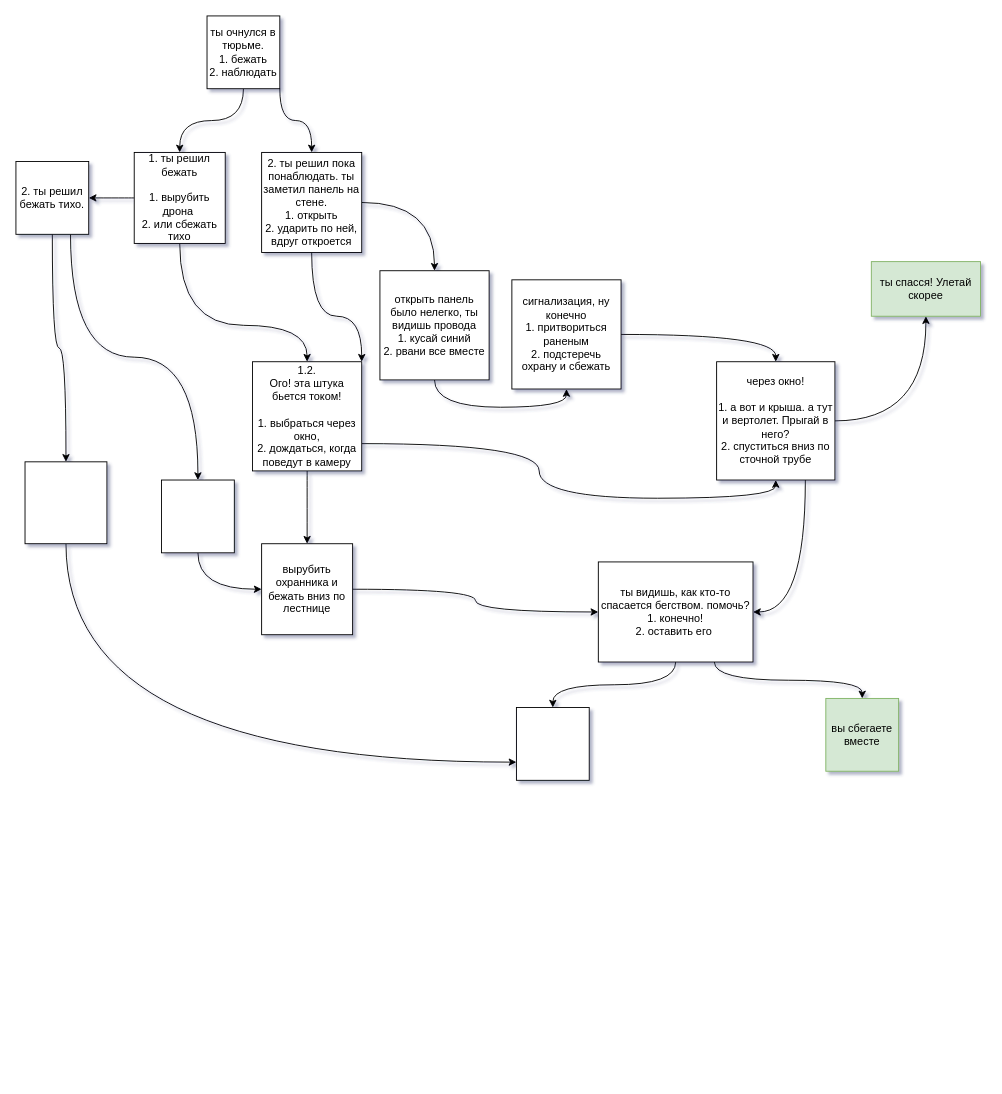
Above: Untitled Diagram.drawio in Cogwheeleanna/My-Text-Game (draw.io), before the change. Source tidied: cells renumbered, new cells numbered last; positions are measured from the earlier drawing's top-left corner, leaving out a move shared by most shapes. Both pictures are drawn from the tidied source at 91%, with x=0, y=0 at pixel (15, 15).
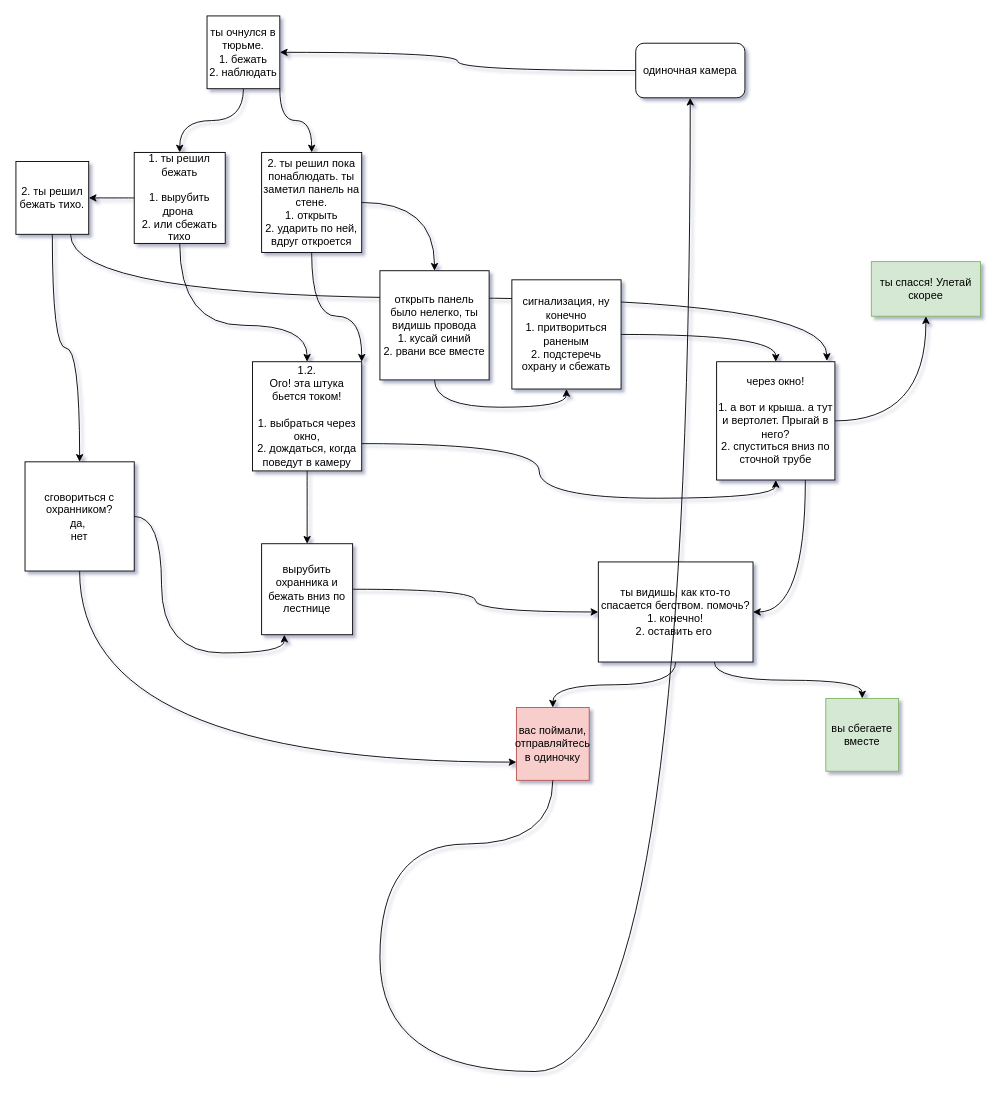
Above is the later version.

Unchanged cells that the change refers to:
```xml
<mxCell id="4" value="ты очнулся в тюрьме.&lt;br&gt;1. бежать&lt;br&gt;2. наблюдать" style="whiteSpace=wrap;html=1;" parent="1" vertex="1">
  <mxGeometry x="210" width="80" height="80" as="geometry" />
</mxCell>
<mxCell id="7" value="2. ты решил бежать тихо." style="whiteSpace=wrap;html=1;" parent="1" vertex="1">
  <mxGeometry y="160" width="80" height="80" as="geometry" />
</mxCell>
<mxCell id="26" value="вырубить охранника и бежать вниз по лестнице" style="whiteSpace=wrap;html=1;" parent="1" vertex="1">
  <mxGeometry x="270" y="580" width="100" height="100" as="geometry" />
</mxCell>
<mxCell id="29" value="через окно!&lt;br&gt;&lt;br&gt;1. а вот и крыша. а тут и вертолет. Прыгай в него?&lt;br&gt;2. спуститься вниз по сточной трубе" style="whiteSpace=wrap;html=1;" parent="1" vertex="1">
  <mxGeometry x="770" y="380" width="130" height="130" as="geometry" />
</mxCell>
```

Diff of the diagram source:
```diff
@@
-    <mxCell id="6" style="edgeStyle=orthogonalEdgeStyle;jettySize=auto;html=1;exitX=0.75;exitY=1;exitDx=0;exitDy=0;curved=1;" parent="1" edge="1" source="7" target="22">
-      <mxGeometry relative="1" as="geometry" />
-    </mxCell>
+    <mxCell id="36" style="edgeStyle=orthogonalEdgeStyle;curved=1;rounded=0;jettySize=auto;html=1;exitX=0.75;exitY=1;exitDx=0;exitDy=0;entryX=0.932;entryY=-0.007;entryDx=0;entryDy=0;entryPerimeter=0;" parent="1" edge="1" source="7" target="29">
+      <mxGeometry relative="1" as="geometry" />
+    </mxCell>
@@
+    <mxCell id="37" style="edgeStyle=orthogonalEdgeStyle;curved=1;rounded=0;jettySize=auto;html=1;entryX=0.25;entryY=1;entryDx=0;entryDy=0;" parent="1" edge="1" source="20" target="26">
+      <mxGeometry relative="1" as="geometry">
+        <Array as="points">
+          <mxPoint x="160" y="550" />
+          <mxPoint x="160" y="700" />
+          <mxPoint x="295" y="700" />
+        </Array>
+      </mxGeometry>
+    </mxCell>
-    <mxCell id="20" style="whiteSpace=wrap;html=1;" parent="1" vertex="1">
-      <mxGeometry x="10" y="490" width="90" height="90" as="geometry" />
+    <mxCell id="20" value="сговориться с охранником?&lt;br&gt;да,&amp;nbsp;&lt;br&gt;нет" style="whiteSpace=wrap;html=1;" parent="1" vertex="1">
+      <mxGeometry x="10" y="490" width="120" height="120" as="geometry" />
     </mxCell>
-    <mxCell id="21" style="edgeStyle=orthogonalEdgeStyle;jettySize=auto;html=1;exitX=0.5;exitY=1;exitDx=0;exitDy=0;entryX=0;entryY=0.5;entryDx=0;entryDy=0;curved=1;" parent="1" edge="1" source="22" target="26">
-      <mxGeometry relative="1" as="geometry" />
-    </mxCell>
-    <mxCell id="22" style="whiteSpace=wrap;html=1;" parent="1" vertex="1">
-      <mxGeometry x="160" y="510" width="80" height="80" as="geometry" />
-    </mxCell>
@@
-    <mxCell id="34" style="whiteSpace=wrap;html=1;" parent="1" vertex="1">
+    <mxCell id="34" value="вас поймали, отправляйтесь в одиночку" style="whiteSpace=wrap;html=1;fillColor=#f8cecc;strokeColor=#b85450;" parent="1" vertex="1">
       <mxGeometry x="550" y="760" width="80" height="80" as="geometry" />
     </mxCell>
@@
+    <mxCell id="38" style="edgeStyle=orthogonalEdgeStyle;curved=1;rounded=0;jettySize=auto;html=1;exitX=0.5;exitY=1;exitDx=0;exitDy=0;" parent="1" edge="1" source="34" target="40">
+      <mxGeometry relative="1" as="geometry">
+        <Array as="points">
+          <mxPoint x="590" y="910" />
+          <mxPoint x="400" y="910" />
+          <mxPoint x="400" y="1160" />
+          <mxPoint x="741" y="1160" />
+        </Array>
+      </mxGeometry>
+    </mxCell>
+    <mxCell id="39" style="edgeStyle=orthogonalEdgeStyle;curved=1;rounded=0;jettySize=auto;html=1;entryX=1;entryY=0.5;entryDx=0;entryDy=0;" parent="1" edge="1" source="40" target="4">
+      <mxGeometry relative="1" as="geometry" />
+    </mxCell>
+    <mxCell id="40" value="одиночная камера" style="rounded=1;whiteSpace=wrap;html=1;" parent="1" vertex="1">
+      <mxGeometry x="681.1" y="30" width="120" height="60" as="geometry" />
+    </mxCell>
```
